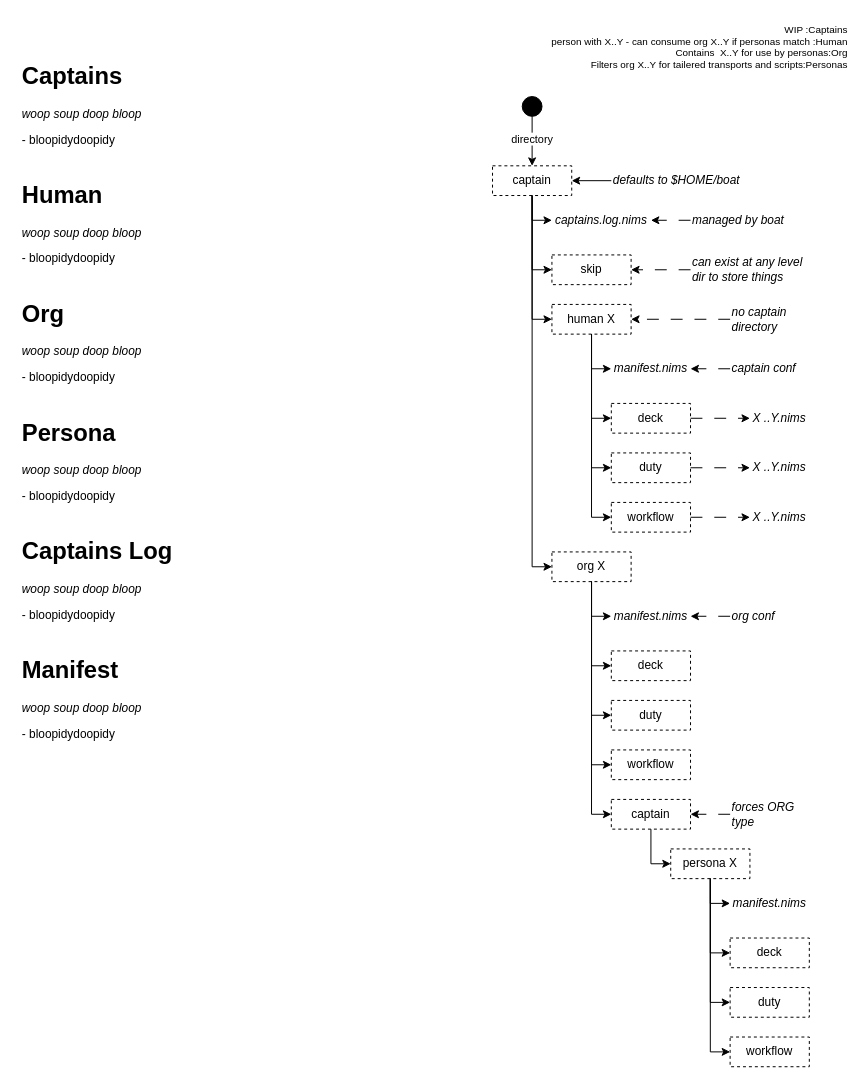
Earlier version of the draw.io diagram page "captains" (3 of 5) of ADRs/boat_adr.drawio (noahehall/boat). Source tidied: cells renumbered, new cells numbered last; positions are measured from the earlier drawing's top-left corner, leaving out a move shared by most shapes. Both pictures are drawn from the tidied source at 99%, with x=0, y=0 at pixel (17, 17).
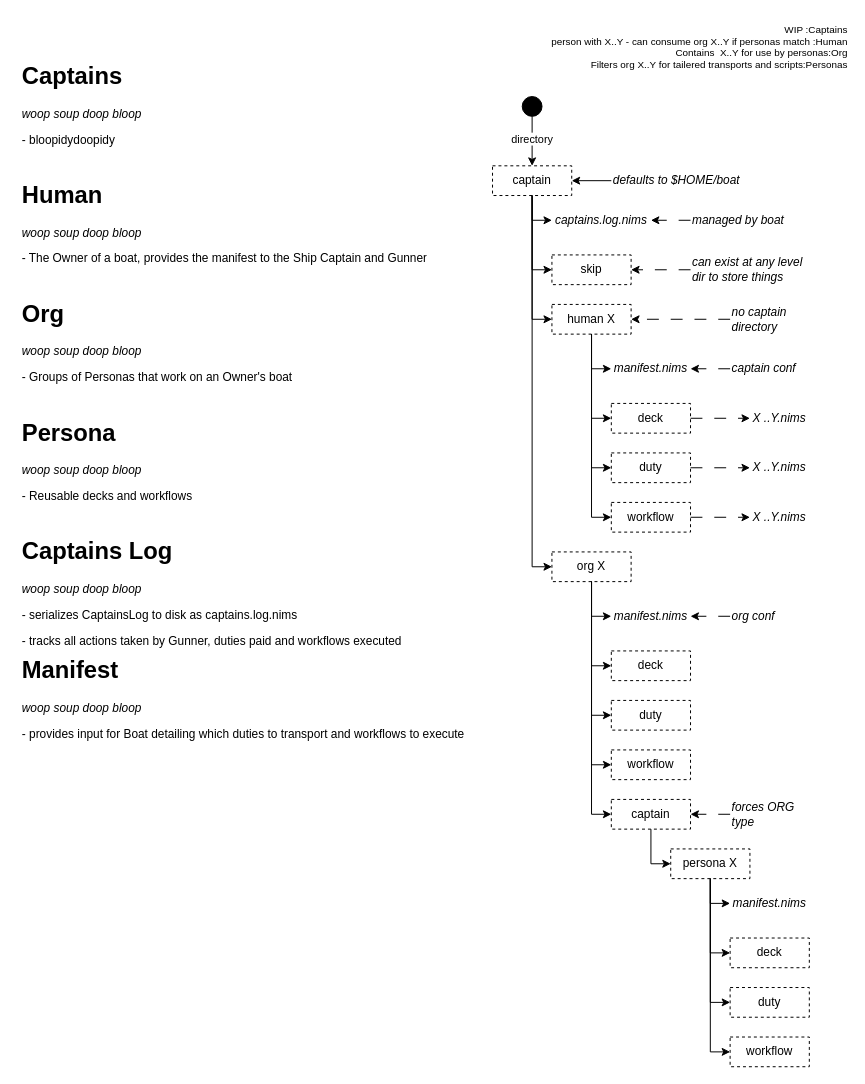
The same diagram, later.

Change to the diagram source:
```diff
@@
-    <mxCell id="51" value="&lt;h1&gt;Manifest&lt;/h1&gt;&lt;p style=&quot;border-color: var(--border-color);&quot;&gt;&lt;span style=&quot;background-color: initial;&quot;&gt;&lt;i&gt;woop soup doop bloop&lt;/i&gt;&lt;/span&gt;&lt;/p&gt;&lt;p style=&quot;border-color: var(--border-color);&quot;&gt;&lt;span style=&quot;background-color: initial;&quot;&gt;- bloopidydoopidy&lt;/span&gt;&lt;br&gt;&lt;/p&gt;&lt;div&gt;&lt;br&gt;&lt;/div&gt;" style="text;html=1;strokeColor=none;fillColor=none;spacing=5;spacingTop=-20;whiteSpace=wrap;overflow=hidden;rounded=0;" parent="1" vertex="1">
+    <mxCell id="51" value="&lt;h1&gt;Manifest&lt;/h1&gt;&lt;p style=&quot;border-color: var(--border-color);&quot;&gt;&lt;span style=&quot;background-color: initial;&quot;&gt;&lt;i&gt;woop soup doop bloop&lt;/i&gt;&lt;/span&gt;&lt;/p&gt;&lt;p style=&quot;border-color: var(--border-color);&quot;&gt;&lt;span style=&quot;background-color: initial;&quot;&gt;- provides input for Boat detailing which duties to transport and workflows to execute&lt;/span&gt;&lt;br&gt;&lt;/p&gt;&lt;div&gt;&lt;br&gt;&lt;/div&gt;" style="text;html=1;strokeColor=none;fillColor=none;spacing=5;spacingTop=-20;whiteSpace=wrap;overflow=hidden;rounded=0;" parent="1" vertex="1">
       <mxGeometry y="640" width="480" height="160" as="geometry" />
     </mxCell>
@@
-    <mxCell id="64" value="&lt;h1&gt;Captains Log&lt;/h1&gt;&lt;p style=&quot;border-color: var(--border-color);&quot;&gt;&lt;span style=&quot;background-color: initial;&quot;&gt;&lt;i&gt;woop soup doop bloop&lt;/i&gt;&lt;/span&gt;&lt;/p&gt;&lt;p style=&quot;border-color: var(--border-color);&quot;&gt;&lt;span style=&quot;background-color: initial;&quot;&gt;- bloopidydoopidy&lt;/span&gt;&lt;br&gt;&lt;/p&gt;&lt;div&gt;&lt;br&gt;&lt;/div&gt;" style="text;html=1;strokeColor=none;fillColor=none;spacing=5;spacingTop=-20;whiteSpace=wrap;overflow=hidden;rounded=0;" parent="1" vertex="1">
+    <mxCell id="64" value="&lt;h1&gt;Captains Log&lt;/h1&gt;&lt;p style=&quot;border-color: var(--border-color);&quot;&gt;&lt;span style=&quot;background-color: initial;&quot;&gt;&lt;i&gt;woop soup doop bloop&lt;/i&gt;&lt;/span&gt;&lt;/p&gt;&lt;p style=&quot;border-color: var(--border-color);&quot;&gt;&lt;span style=&quot;background-color: initial;&quot;&gt;- serializes CaptainsLog to disk as captains.log.nims&lt;/span&gt;&lt;br&gt;&lt;/p&gt;&lt;div&gt;- tracks all actions taken by Gunner, duties paid and workflows executed&lt;/div&gt;" style="text;html=1;strokeColor=none;fillColor=none;spacing=5;spacingTop=-20;whiteSpace=wrap;overflow=hidden;rounded=0;" parent="1" vertex="1">
       <mxGeometry y="520" width="480" height="120" as="geometry" />
     </mxCell>
-    <mxCell id="65" value="&lt;h1&gt;Human&lt;/h1&gt;&lt;p style=&quot;border-color: var(--border-color);&quot;&gt;&lt;span style=&quot;background-color: initial;&quot;&gt;&lt;i&gt;woop soup doop bloop&lt;/i&gt;&lt;/span&gt;&lt;/p&gt;&lt;p style=&quot;border-color: var(--border-color);&quot;&gt;&lt;span style=&quot;background-color: initial;&quot;&gt;- bloopidydoopidy&lt;/span&gt;&lt;br&gt;&lt;/p&gt;&lt;div&gt;&lt;br&gt;&lt;/div&gt;" style="text;html=1;strokeColor=none;fillColor=none;spacing=5;spacingTop=-20;whiteSpace=wrap;overflow=hidden;rounded=0;" parent="1" vertex="1">
+    <mxCell id="65" value="&lt;h1&gt;Human&lt;/h1&gt;&lt;p style=&quot;border-color: var(--border-color);&quot;&gt;&lt;span style=&quot;background-color: initial;&quot;&gt;&lt;i&gt;woop soup doop bloop&lt;/i&gt;&lt;/span&gt;&lt;/p&gt;&lt;p style=&quot;border-color: var(--border-color);&quot;&gt;&lt;span style=&quot;background-color: initial;&quot;&gt;- The Owner of a boat, provides the manifest to the Ship Captain and Gunner&lt;/span&gt;&lt;br&gt;&lt;/p&gt;&lt;div&gt;&lt;br&gt;&lt;/div&gt;" style="text;html=1;strokeColor=none;fillColor=none;spacing=5;spacingTop=-20;whiteSpace=wrap;overflow=hidden;rounded=0;" parent="1" vertex="1">
       <mxGeometry y="160" width="480" height="120" as="geometry" />
     </mxCell>
-    <mxCell id="66" value="&lt;h1&gt;Org&lt;/h1&gt;&lt;p style=&quot;border-color: var(--border-color);&quot;&gt;&lt;span style=&quot;background-color: initial;&quot;&gt;&lt;i&gt;woop soup doop bloop&lt;/i&gt;&lt;/span&gt;&lt;/p&gt;&lt;p style=&quot;border-color: var(--border-color);&quot;&gt;&lt;span style=&quot;background-color: initial;&quot;&gt;- bloopidydoopidy&lt;/span&gt;&lt;br&gt;&lt;/p&gt;&lt;div&gt;&lt;br&gt;&lt;/div&gt;" style="text;html=1;strokeColor=none;fillColor=none;spacing=5;spacingTop=-20;whiteSpace=wrap;overflow=hidden;rounded=0;" parent="1" vertex="1">
+    <mxCell id="66" value="&lt;h1&gt;Org&lt;/h1&gt;&lt;p style=&quot;border-color: var(--border-color);&quot;&gt;&lt;span style=&quot;background-color: initial;&quot;&gt;&lt;i&gt;woop soup doop bloop&lt;/i&gt;&lt;/span&gt;&lt;/p&gt;&lt;p style=&quot;border-color: var(--border-color);&quot;&gt;&lt;span style=&quot;background-color: initial;&quot;&gt;- Groups of Personas that work on an Owner's boat&lt;/span&gt;&lt;br&gt;&lt;/p&gt;&lt;div&gt;&lt;br&gt;&lt;/div&gt;" style="text;html=1;strokeColor=none;fillColor=none;spacing=5;spacingTop=-20;whiteSpace=wrap;overflow=hidden;rounded=0;" parent="1" vertex="1">
       <mxGeometry y="280" width="480" height="120" as="geometry" />
     </mxCell>
-    <mxCell id="67" value="&lt;h1&gt;Persona&lt;/h1&gt;&lt;p style=&quot;border-color: var(--border-color);&quot;&gt;&lt;span style=&quot;background-color: initial;&quot;&gt;&lt;i&gt;woop soup doop bloop&lt;/i&gt;&lt;/span&gt;&lt;/p&gt;&lt;p style=&quot;border-color: var(--border-color);&quot;&gt;&lt;span style=&quot;background-color: initial;&quot;&gt;- bloopidydoopidy&lt;/span&gt;&lt;br&gt;&lt;/p&gt;&lt;div&gt;&lt;br&gt;&lt;/div&gt;" style="text;html=1;strokeColor=none;fillColor=none;spacing=5;spacingTop=-20;whiteSpace=wrap;overflow=hidden;rounded=0;" parent="1" vertex="1">
+    <mxCell id="67" value="&lt;h1&gt;Persona&lt;/h1&gt;&lt;p style=&quot;border-color: var(--border-color);&quot;&gt;&lt;span style=&quot;background-color: initial;&quot;&gt;&lt;i&gt;woop soup doop bloop&lt;/i&gt;&lt;/span&gt;&lt;/p&gt;&lt;p style=&quot;border-color: var(--border-color);&quot;&gt;&lt;span style=&quot;background-color: initial;&quot;&gt;- Reusable decks and workflows&lt;/span&gt;&lt;/p&gt;&lt;div&gt;&lt;br&gt;&lt;/div&gt;" style="text;html=1;strokeColor=none;fillColor=none;spacing=5;spacingTop=-20;whiteSpace=wrap;overflow=hidden;rounded=0;" parent="1" vertex="1">
       <mxGeometry y="400" width="480" height="120" as="geometry" />
     </mxCell>
```
